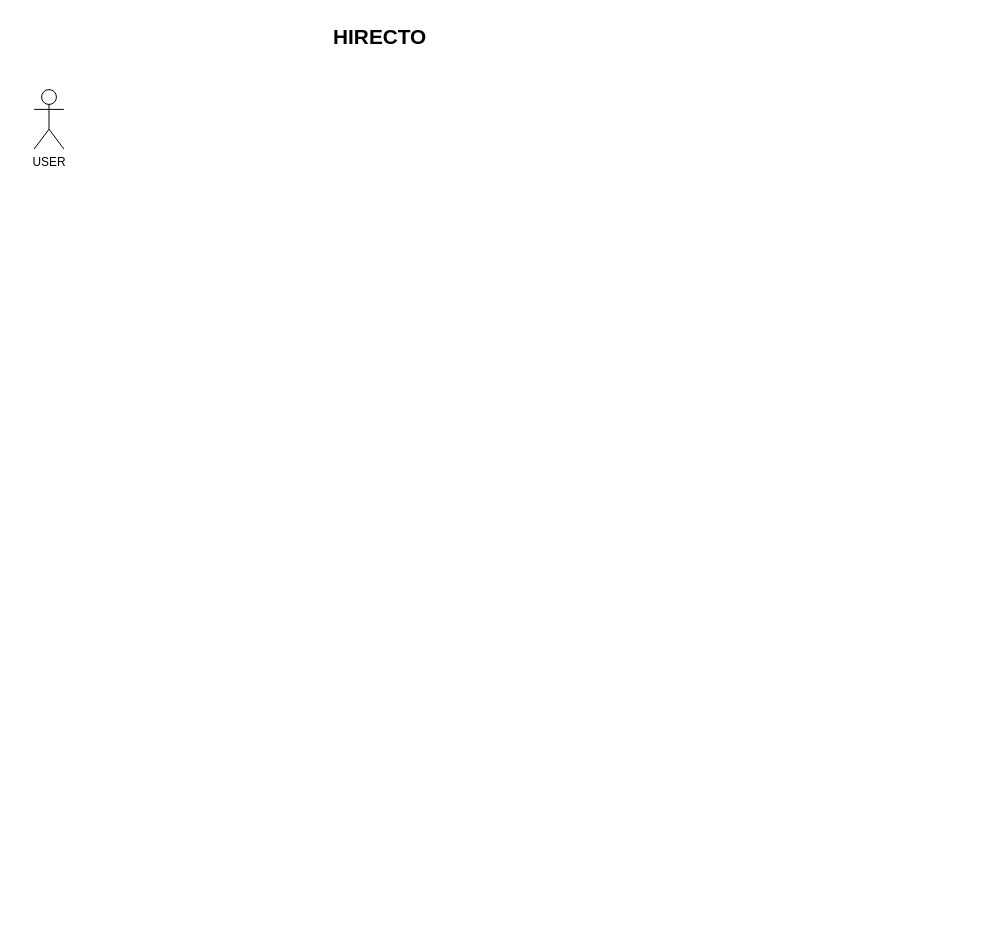
This is Untitled Diagram.drawio from mr-optimizer/DrawIo, a draw.io file, before an edit. Source tidied: cells renumbered, new cells numbered last; positions are measured from the earlier drawing's top-left corner, leaving out a move shared by most shapes. Both pictures are drawn from the tidied source at 99%, with x=0, y=0 at pixel (34, 17).
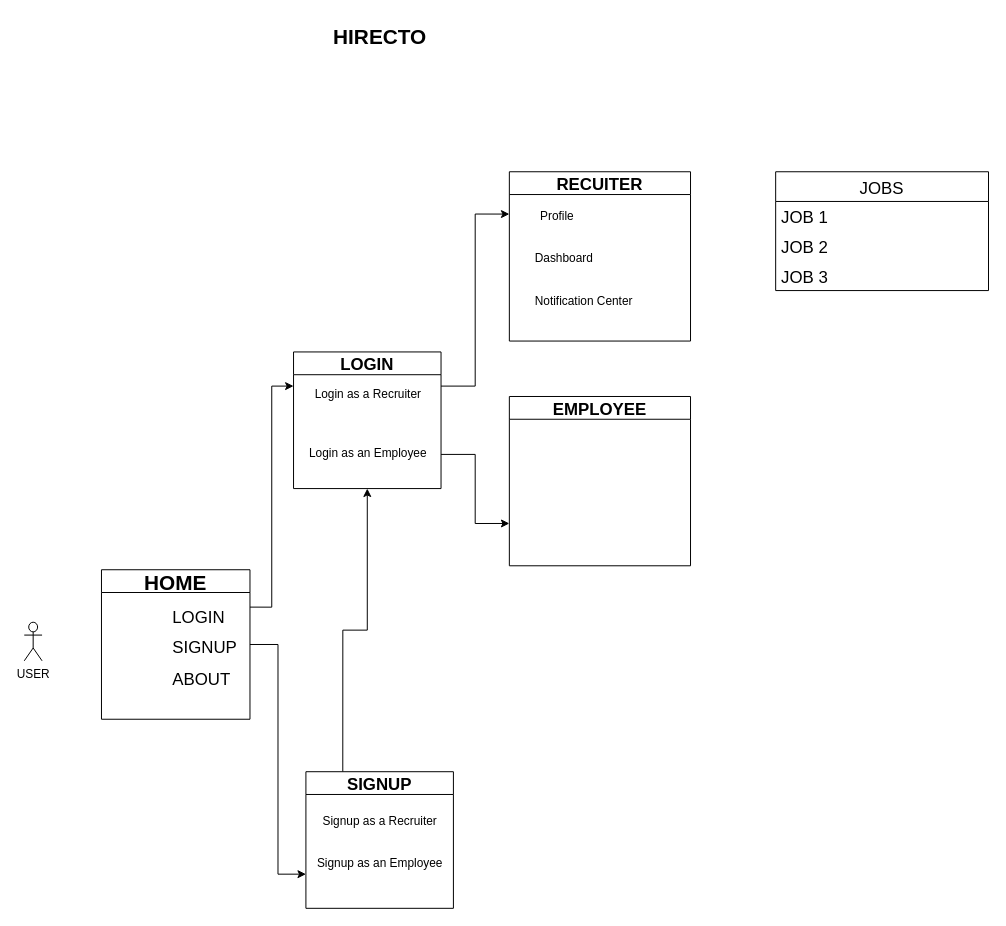
The same diagram, later.

Diff of the diagram source:
```diff
@@
     <mxCell id="2" value="USER" style="shape=umlActor;verticalLabelPosition=bottom;verticalAlign=top;html=1;" parent="1" vertex="1">
-      <mxGeometry y="73" width="30" height="60" as="geometry" />
+      <mxGeometry x="-10" y="611" width="18" height="39" as="geometry" />
     </mxCell>
@@
+    <mxCell id="4" style="edgeStyle=orthogonalEdgeStyle;rounded=0;jettySize=auto;html=1;exitX=1;exitY=0.25;exitDx=0;exitDy=0;entryX=0;entryY=0.25;entryDx=0;entryDy=0;fontSize=17;" parent="1" edge="1" source="6" target="12">
+      <mxGeometry relative="1" as="geometry" />
+    </mxCell>
+    <mxCell id="5" style="edgeStyle=orthogonalEdgeStyle;rounded=0;jettySize=auto;html=1;exitX=1;exitY=0.5;exitDx=0;exitDy=0;entryX=0;entryY=0.75;entryDx=0;entryDy=0;" parent="1" edge="1" source="6" target="16">
+      <mxGeometry relative="1" as="geometry" />
+    </mxCell>
+    <mxCell id="6" value="HOME" style="swimlane;fontSize=21;" parent="1" vertex="1">
+      <mxGeometry x="68" y="558" width="150" height="151" as="geometry" />
+    </mxCell>
+    <mxCell id="7" value="LOGIN" style="text;strokeColor=none;fillColor=none;align=left;verticalAlign=middle;spacingLeft=4;spacingRight=4;overflow=hidden;fontSize=17;" parent="6" vertex="1">
+      <mxGeometry x="66" y="32" width="80" height="30" as="geometry" />
+    </mxCell>
+    <mxCell id="8" value="SIGNUP" style="text;strokeColor=none;fillColor=none;align=left;verticalAlign=middle;spacingLeft=4;spacingRight=4;overflow=hidden;fontSize=17;" parent="6" vertex="1">
+      <mxGeometry x="66" y="62" width="80" height="30" as="geometry" />
+    </mxCell>
+    <mxCell id="9" value="ABOUT" style="text;strokeColor=none;fillColor=none;align=left;verticalAlign=middle;spacingLeft=4;spacingRight=4;overflow=hidden;fontSize=17;" parent="6" vertex="1">
+      <mxGeometry x="66" y="94" width="80" height="30" as="geometry" />
+    </mxCell>
+    <mxCell id="10" style="edgeStyle=orthogonalEdgeStyle;rounded=0;jettySize=auto;html=1;exitX=1;exitY=0.25;exitDx=0;exitDy=0;entryX=0;entryY=0.25;entryDx=0;entryDy=0;fontSize=17;" parent="1" edge="1" source="12" target="19">
+      <mxGeometry relative="1" as="geometry" />
+    </mxCell>
+    <mxCell id="11" style="edgeStyle=orthogonalEdgeStyle;rounded=0;jettySize=auto;html=1;exitX=1;exitY=0.75;exitDx=0;exitDy=0;entryX=0;entryY=0.75;entryDx=0;entryDy=0;fontSize=17;" parent="1" edge="1" source="12" target="23">
+      <mxGeometry relative="1" as="geometry" />
+    </mxCell>
+    <mxCell id="12" value="LOGIN" style="swimlane;fontSize=17;" parent="1" vertex="1">
+      <mxGeometry x="262" y="338" width="149" height="138" as="geometry" />
+    </mxCell>
+    <mxCell id="13" value="Login as an Employee" style="text;html=1;align=center;verticalAlign=middle;strokeColor=none;fillColor=none;" parent="12" vertex="1">
+      <mxGeometry x="6" y="90" width="137" height="26" as="geometry" />
+    </mxCell>
+    <mxCell id="14" value="Login as a Recruiter" style="text;html=1;align=center;verticalAlign=middle;strokeColor=none;fillColor=none;" parent="12" vertex="1">
+      <mxGeometry x="12" y="30" width="125" height="26" as="geometry" />
+    </mxCell>
+    <mxCell id="15" style="edgeStyle=orthogonalEdgeStyle;rounded=0;jettySize=auto;html=1;exitX=0.25;exitY=0;exitDx=0;exitDy=0;entryX=0.5;entryY=1;entryDx=0;entryDy=0;fontSize=17;" parent="1" edge="1" source="16" target="12">
+      <mxGeometry relative="1" as="geometry" />
+    </mxCell>
+    <mxCell id="16" value="SIGNUP" style="swimlane;fontSize=17;" parent="1" vertex="1">
+      <mxGeometry x="274.5" y="762" width="149" height="138" as="geometry" />
+    </mxCell>
+    <mxCell id="17" value="Signup as a Recruiter" style="text;html=1;align=center;verticalAlign=middle;strokeColor=none;fillColor=none;" parent="16" vertex="1">
+      <mxGeometry x="8" y="37" width="133" height="26" as="geometry" />
+    </mxCell>
+    <mxCell id="18" value="Signup as an Employee" style="text;html=1;align=center;verticalAlign=middle;strokeColor=none;fillColor=none;" parent="16" vertex="1">
+      <mxGeometry x="2" y="80" width="145" height="26" as="geometry" />
+    </mxCell>
+    <mxCell id="19" value="RECUITER" style="swimlane;fontSize=17;" parent="1" vertex="1">
+      <mxGeometry x="480" y="156" width="183" height="171" as="geometry" />
+    </mxCell>
+    <mxCell id="20" value="Profile" style="text;html=1;align=center;verticalAlign=middle;strokeColor=none;fillColor=none;" parent="19" vertex="1">
+      <mxGeometry x="22" y="32" width="52" height="26" as="geometry" />
+    </mxCell>
+    <mxCell id="21" value="Notification Center" style="text;html=1;align=center;verticalAlign=middle;strokeColor=none;fillColor=none;" parent="19" vertex="1">
+      <mxGeometry x="16" y="118" width="117" height="26" as="geometry" />
+    </mxCell>
+    <mxCell id="22" value="Dashboard" style="text;html=1;align=center;verticalAlign=middle;strokeColor=none;fillColor=none;" parent="19" vertex="1">
+      <mxGeometry x="16" y="75" width="77" height="26" as="geometry" />
+    </mxCell>
+    <mxCell id="23" value="EMPLOYEE" style="swimlane;fontSize=17;" parent="1" vertex="1">
+      <mxGeometry x="480" y="383" width="183" height="171" as="geometry" />
+    </mxCell>
+    <mxCell id="24" value="JOBS" style="swimlane;fontStyle=0;horizontal=1;startSize=30;fontSize=17;" parent="1" vertex="1">
+      <mxGeometry x="749" y="156" width="215" height="120" as="geometry" />
+    </mxCell>
+    <mxCell id="25" value="JOB 1" style="text;strokeColor=none;fillColor=none;align=left;verticalAlign=middle;spacingLeft=4;spacingRight=4;overflow=hidden;fontSize=17;" parent="24" vertex="1">
+      <mxGeometry y="30" width="215" height="30" as="geometry" />
+    </mxCell>
+    <mxCell id="26" value="JOB 2" style="text;strokeColor=none;fillColor=none;align=left;verticalAlign=middle;spacingLeft=4;spacingRight=4;overflow=hidden;fontSize=17;" parent="24" vertex="1">
+      <mxGeometry y="60" width="215" height="30" as="geometry" />
+    </mxCell>
+    <mxCell id="27" value="JOB 3" style="text;strokeColor=none;fillColor=none;align=left;verticalAlign=middle;spacingLeft=4;spacingRight=4;overflow=hidden;fontSize=17;" parent="24" vertex="1">
+      <mxGeometry y="90" width="215" height="30" as="geometry" />
+    </mxCell>
```
